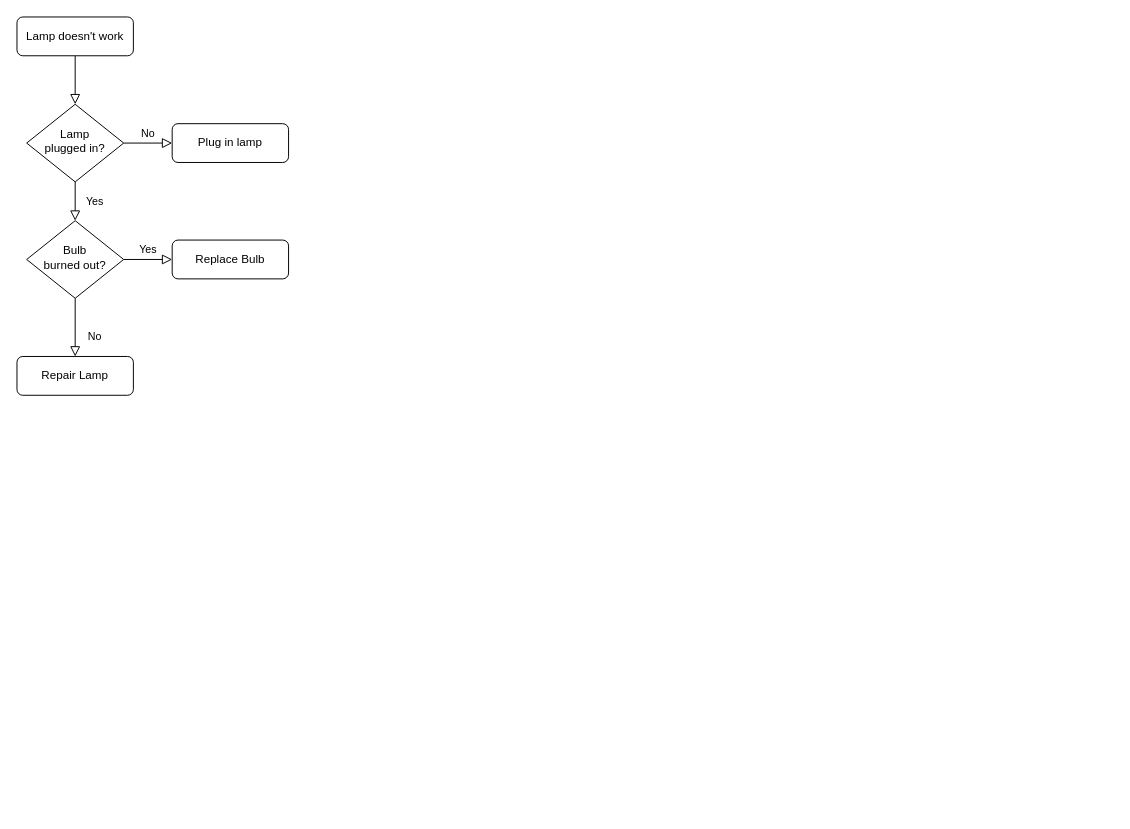
Earlier version of the draw.io diagram Untitled Diagram.drawio (Acapella24365/Introduction-to-BOOTSTRAP). Source tidied: cells renumbered, new cells numbered last; positions are measured from the earlier drawing's top-left corner, leaving out a move shared by most shapes. Both pictures are drawn from the tidied source at 97%, with x=0, y=0 at pixel (16, 16).
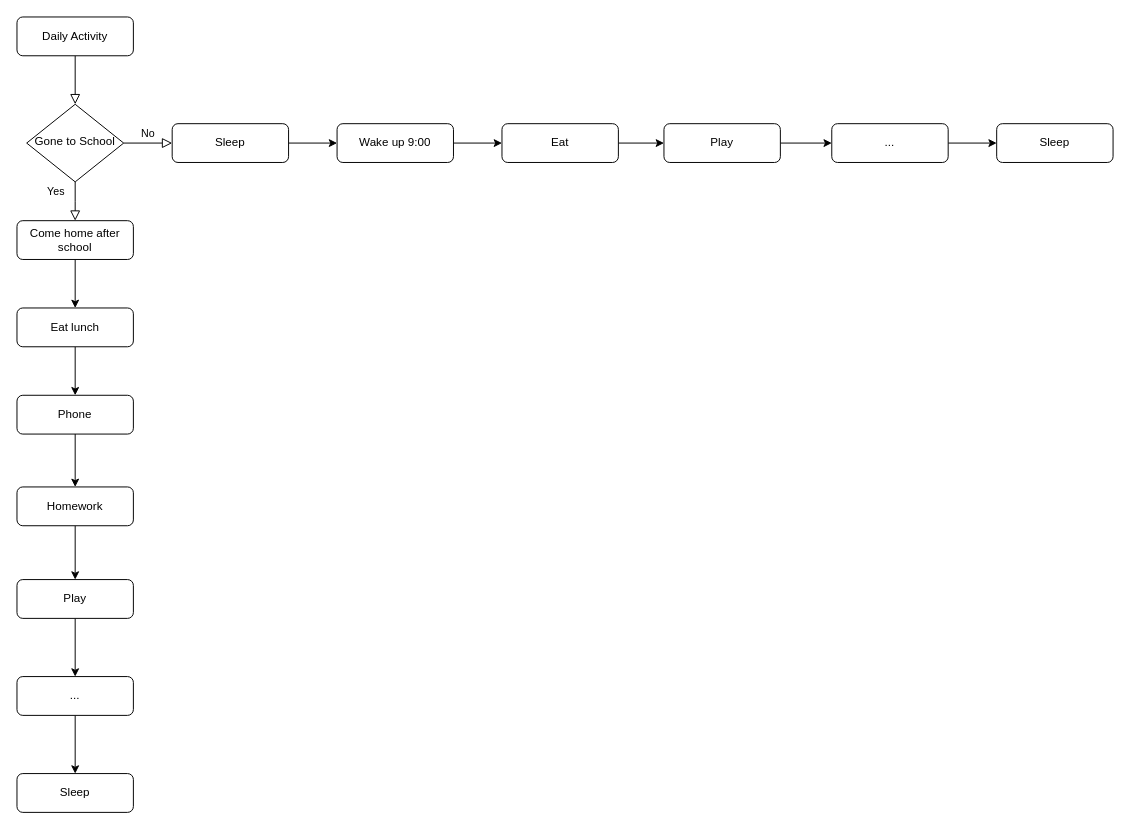
Above is the later version.

Commit message:
Daily Routine (FLOW CHART) Diagram.drawio

Diff of the diagram source:
```diff
@@
-    <mxCell id="3" value="Lamp doesn't work" style="rounded=1;whiteSpace=wrap;html=1;fontSize=12;glass=0;strokeWidth=1;shadow=0;" parent="1" vertex="1">
+    <mxCell id="3" value="Daily Activity" style="rounded=1;whiteSpace=wrap;html=1;fontSize=12;glass=0;strokeWidth=1;shadow=0;" parent="1" vertex="1">
       <mxGeometry width="120" height="40" as="geometry" />
     </mxCell>
-    <mxCell id="4" value="Yes" style="rounded=0;html=1;jettySize=auto;fontSize=11;endArrow=block;endFill=0;endSize=8;strokeWidth=1;shadow=0;labelBackgroundColor=none;edgeStyle=orthogonalEdgeStyle;" parent="1" edge="1" source="6" target="10">
-      <mxGeometry y="20" relative="1" as="geometry" />
+    <mxCell id="4" value="Yes" style="rounded=0;html=1;jettySize=auto;fontSize=11;endArrow=block;endFill=0;endSize=8;strokeWidth=1;shadow=0;labelBackgroundColor=none;edgeStyle=orthogonalEdgeStyle;" parent="1" edge="1" source="6">
+      <mxGeometry x="-0.51" y="-20" relative="1" as="geometry">
+        <mxPoint x="60" y="210" as="targetPoint" />
+      </mxGeometry>
     </mxCell>
+    <mxCell id="6" value="Gone to School" style="rhombus;whiteSpace=wrap;html=1;shadow=0;fontFamily=Helvetica;fontSize=12;align=center;strokeWidth=1;spacing=6;spacingTop=-4;" parent="1" vertex="1">
+      <mxGeometry x="10" y="90" width="100" height="80" as="geometry" />
+    </mxCell>
+    <mxCell id="13" style="edgeStyle=orthogonalEdgeStyle;rounded=0;jettySize=auto;html=1;" parent="1" edge="1" source="7" target="16">
+      <mxGeometry relative="1" as="geometry" />
+    </mxCell>
+    <mxCell id="7" value="Sleep" style="rounded=1;whiteSpace=wrap;html=1;fontSize=12;glass=0;strokeWidth=1;shadow=0;" parent="1" vertex="1">
+      <mxGeometry x="160" y="110" width="120" height="40" as="geometry" />
+    </mxCell>
+    <mxCell id="14" style="edgeStyle=orthogonalEdgeStyle;rounded=0;jettySize=auto;html=1;" parent="1" edge="1" source="11" target="20">
+      <mxGeometry relative="1" as="geometry" />
+    </mxCell>
+    <mxCell id="11" value="Eat lunch" style="rounded=1;whiteSpace=wrap;html=1;fontSize=12;glass=0;strokeWidth=1;shadow=0;" parent="1" vertex="1">
+      <mxGeometry y="300" width="120" height="40" as="geometry" />
+    </mxCell>
+    <mxCell id="15" style="edgeStyle=orthogonalEdgeStyle;rounded=0;jettySize=auto;html=1;" parent="1" edge="1" source="16" target="28">
+      <mxGeometry relative="1" as="geometry" />
+    </mxCell>
+    <mxCell id="16" value="Wake up 9:00" style="rounded=1;whiteSpace=wrap;html=1;" parent="1" vertex="1">
+      <mxGeometry x="330" y="110" width="120" height="40" as="geometry" />
+    </mxCell>
+    <mxCell id="17" style="edgeStyle=orthogonalEdgeStyle;rounded=0;jettySize=auto;html=1;" parent="1" edge="1" source="18" target="11">
+      <mxGeometry relative="1" as="geometry" />
+    </mxCell>
+    <mxCell id="18" value="Come home after school" style="rounded=1;whiteSpace=wrap;html=1;" parent="1" vertex="1">
+      <mxGeometry y="210" width="120" height="40" as="geometry" />
+    </mxCell>
@@
-    <mxCell id="6" value="Lamp&lt;br&gt;plugged in?" style="rhombus;whiteSpace=wrap;html=1;shadow=0;fontFamily=Helvetica;fontSize=12;align=center;strokeWidth=1;spacing=6;spacingTop=-4;" parent="1" vertex="1">
-      <mxGeometry x="10" y="90" width="100" height="80" as="geometry" />
-    </mxCell>
-    <mxCell id="7" value="Plug in lamp" style="rounded=1;whiteSpace=wrap;html=1;fontSize=12;glass=0;strokeWidth=1;shadow=0;" parent="1" vertex="1">
-      <mxGeometry x="160" y="110" width="120" height="40" as="geometry" />
-    </mxCell>
-    <mxCell id="8" value="No" style="rounded=0;html=1;jettySize=auto;fontSize=11;endArrow=block;endFill=0;endSize=8;strokeWidth=1;shadow=0;labelBackgroundColor=none;edgeStyle=orthogonalEdgeStyle;" parent="1" edge="1" source="10" target="11">
-      <mxGeometry x="0.33" y="20" relative="1" as="geometry" />
-    </mxCell>
-    <mxCell id="9" value="Yes" style="edgeStyle=orthogonalEdgeStyle;rounded=0;html=1;jettySize=auto;fontSize=11;endArrow=block;endFill=0;endSize=8;strokeWidth=1;shadow=0;labelBackgroundColor=none;" parent="1" edge="1" source="10" target="12">
-      <mxGeometry y="10" relative="1" as="geometry" />
-    </mxCell>
-    <mxCell id="10" value="Bulb&lt;br&gt;burned out?" style="rhombus;whiteSpace=wrap;html=1;shadow=0;fontFamily=Helvetica;fontSize=12;align=center;strokeWidth=1;spacing=6;spacingTop=-4;" parent="1" vertex="1">
-      <mxGeometry x="10" y="210" width="100" height="80" as="geometry" />
-    </mxCell>
-    <mxCell id="11" value="Repair Lamp" style="rounded=1;whiteSpace=wrap;html=1;fontSize=12;glass=0;strokeWidth=1;shadow=0;" parent="1" vertex="1">
-      <mxGeometry y="350" width="120" height="40" as="geometry" />
-    </mxCell>
-    <mxCell id="12" value="Replace Bulb" style="rounded=1;whiteSpace=wrap;html=1;fontSize=12;glass=0;strokeWidth=1;shadow=0;" parent="1" vertex="1">
-      <mxGeometry x="160" y="230" width="120" height="40" as="geometry" />
-    </mxCell>
+    <mxCell id="19" style="edgeStyle=orthogonalEdgeStyle;rounded=0;jettySize=auto;html=1;" parent="1" edge="1" source="20" target="22">
+      <mxGeometry relative="1" as="geometry" />
+    </mxCell>
+    <mxCell id="20" value="Phone" style="whiteSpace=wrap;html=1;rounded=1;glass=0;strokeWidth=1;shadow=0;" parent="1" vertex="1">
+      <mxGeometry y="390" width="120" height="40" as="geometry" />
+    </mxCell>
+    <mxCell id="21" style="edgeStyle=orthogonalEdgeStyle;rounded=0;jettySize=auto;html=1;" parent="1" edge="1" source="22" target="24">
+      <mxGeometry relative="1" as="geometry" />
+    </mxCell>
+    <mxCell id="22" value="Homework" style="whiteSpace=wrap;html=1;rounded=1;glass=0;strokeWidth=1;shadow=0;" parent="1" vertex="1">
+      <mxGeometry y="484.5" width="120" height="40" as="geometry" />
+    </mxCell>
+    <mxCell id="23" style="edgeStyle=orthogonalEdgeStyle;rounded=0;jettySize=auto;html=1;" parent="1" edge="1" source="24" target="26">
+      <mxGeometry relative="1" as="geometry" />
+    </mxCell>
+    <mxCell id="24" value="Play" style="whiteSpace=wrap;html=1;rounded=1;glass=0;strokeWidth=1;shadow=0;" parent="1" vertex="1">
+      <mxGeometry y="580" width="120" height="40" as="geometry" />
+    </mxCell>
+    <mxCell id="25" style="edgeStyle=orthogonalEdgeStyle;rounded=0;jettySize=auto;html=1;" parent="1" edge="1" source="26" target="34">
+      <mxGeometry relative="1" as="geometry" />
+    </mxCell>
+    <mxCell id="26" value="..." style="whiteSpace=wrap;html=1;rounded=1;glass=0;strokeWidth=1;shadow=0;" parent="1" vertex="1">
+      <mxGeometry y="680" width="120" height="40" as="geometry" />
+    </mxCell>
+    <mxCell id="27" style="edgeStyle=orthogonalEdgeStyle;rounded=0;jettySize=auto;html=1;" parent="1" edge="1" source="28" target="30">
+      <mxGeometry relative="1" as="geometry" />
+    </mxCell>
+    <mxCell id="28" value="Eat" style="whiteSpace=wrap;html=1;rounded=1;" parent="1" vertex="1">
+      <mxGeometry x="500" y="110" width="120" height="40" as="geometry" />
+    </mxCell>
+    <mxCell id="29" style="edgeStyle=orthogonalEdgeStyle;rounded=0;jettySize=auto;html=1;" parent="1" edge="1" source="30" target="32">
+      <mxGeometry relative="1" as="geometry" />
+    </mxCell>
+    <mxCell id="30" value="Play" style="whiteSpace=wrap;html=1;rounded=1;" parent="1" vertex="1">
+      <mxGeometry x="667" y="110" width="120" height="40" as="geometry" />
+    </mxCell>
+    <mxCell id="31" style="edgeStyle=orthogonalEdgeStyle;rounded=0;jettySize=auto;html=1;" parent="1" edge="1" source="32" target="33">
+      <mxGeometry relative="1" as="geometry" />
+    </mxCell>
+    <mxCell id="32" value="..." style="whiteSpace=wrap;html=1;rounded=1;" parent="1" vertex="1">
+      <mxGeometry x="840" y="110" width="120" height="40" as="geometry" />
+    </mxCell>
+    <mxCell id="33" value="Sleep" style="whiteSpace=wrap;html=1;rounded=1;" parent="1" vertex="1">
+      <mxGeometry x="1010" y="110" width="120" height="40" as="geometry" />
+    </mxCell>
+    <mxCell id="34" value="Sleep" style="whiteSpace=wrap;html=1;rounded=1;glass=0;strokeWidth=1;shadow=0;" parent="1" vertex="1">
+      <mxGeometry y="780" width="120" height="40" as="geometry" />
+    </mxCell>
```
